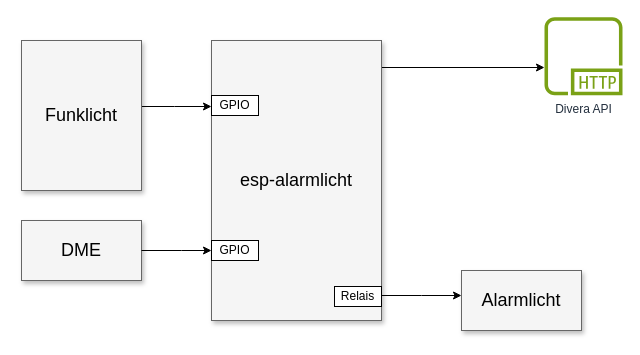
momu/esp32-alarmlicht keeps this draw.io diagram as assets/schema.drawio. Above is the earlier version. Source tidied: cells renumbered, new cells numbered last; positions are measured from the earlier drawing's top-left corner, leaving out a move shared by most shapes. Both pictures are drawn from the tidied source at 100%, with x=0, y=0 at pixel (21, 17).
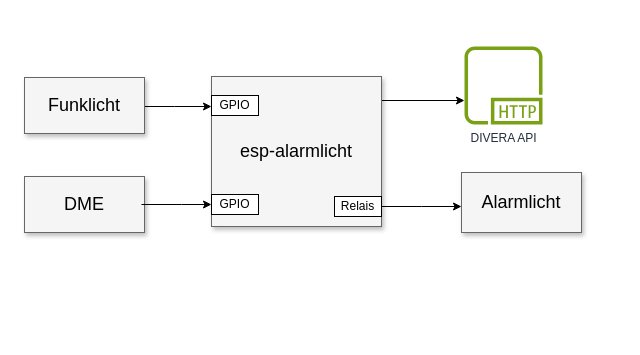
The same diagram, later.

Diff of the diagram source:
```diff
@@
 <mxGraphModel>
   <root>
     <mxCell id="0" />
     <mxCell id="1" parent="0" />
     <mxCell id="2" style="edgeStyle=elbowEdgeStyle;rounded=0;html=1;startArrow=none;startFill=0;jettySize=auto;fontSize=18;elbow=vertical;" parent="1" edge="1" source="4" target="13">
       <mxGeometry relative="1" as="geometry" />
     </mxCell>
-    <mxCell id="3" style="edgeStyle=elbowEdgeStyle;rounded=0;html=1;startArrow=none;startFill=0;jettySize=auto;fontSize=18;elbow=vertical;" parent="1" edge="1" source="4" target="5">
+    <mxCell id="3" style="edgeStyle=elbowEdgeStyle;rounded=0;html=1;startArrow=none;startFill=0;jettySize=auto;fontSize=18;elbow=vertical;exitX=1;exitY=0.5;exitDx=0;exitDy=0;" parent="1" edge="1" source="10" target="5">
       <mxGeometry relative="1" as="geometry" />
     </mxCell>
     <mxCell id="4" value="esp-alarmlicht" style="whiteSpace=wrap;html=1;shadow=1;fontSize=18;fillColor=#f5f5f5;strokeColor=#666666;" parent="1" vertex="1">
-      <mxGeometry x="190" y="23" width="170" height="280" as="geometry" />
+      <mxGeometry x="190" y="59" width="170" height="150" as="geometry" />
     </mxCell>
     <mxCell id="5" value="Alarmlicht" style="whiteSpace=wrap;html=1;shadow=1;fontSize=18;fillColor=#f5f5f5;strokeColor=#666666;" parent="1" vertex="1">
-      <mxGeometry x="440" y="253" width="120" height="60" as="geometry" />
+      <mxGeometry x="440" y="155" width="120" height="60" as="geometry" />
     </mxCell>
     <mxCell id="6" style="edgeStyle=elbowEdgeStyle;rounded=0;html=1;startArrow=none;startFill=0;jettySize=auto;fontSize=18;elbow=vertical;" parent="1" edge="1" source="7" target="4">
       <mxGeometry relative="1" as="geometry">
         <Array as="points">
           <mxPoint x="153" y="89" />
         </Array>
       </mxGeometry>
     </mxCell>
     <mxCell id="7" value="Funklicht" style="whiteSpace=wrap;html=1;shadow=1;fontSize=18;fillColor=#f5f5f5;strokeColor=#666666;" parent="1" vertex="1">
-      <mxGeometry y="23" width="120" height="150" as="geometry" />
+      <mxGeometry x="3" y="60" width="120" height="56" as="geometry" />
     </mxCell>
     <mxCell id="8" value="DME" style="whiteSpace=wrap;html=1;shadow=1;fontSize=18;fillColor=#f5f5f5;strokeColor=#666666;" parent="1" vertex="1">
-      <mxGeometry y="203" width="120" height="60" as="geometry" />
+      <mxGeometry x="3" y="159" width="120" height="56" as="geometry" />
     </mxCell>
     <mxCell id="9" style="edgeStyle=elbowEdgeStyle;rounded=0;html=1;startArrow=none;startFill=0;jettySize=auto;orthogonalLoop=1;fontSize=18;elbow=vertical;" parent="1" edge="1">
       <mxGeometry relative="1" as="geometry">
-        <mxPoint x="120" y="233" as="sourcePoint" />
-        <mxPoint x="190" y="233" as="targetPoint" />
+        <mxPoint x="120" y="187" as="sourcePoint" />
+        <mxPoint x="190" y="187" as="targetPoint" />
         <Array as="points">
-          <mxPoint x="160" y="233" />
+          <mxPoint x="160" y="187" />
         </Array>
       </mxGeometry>
     </mxCell>
     <mxCell id="10" value="Relais" style="rounded=0;whiteSpace=wrap;html=1;" parent="1" vertex="1">
-      <mxGeometry x="313" y="269" width="47" height="20" as="geometry" />
+      <mxGeometry x="313" y="179" width="47" height="20" as="geometry" />
     </mxCell>
     <mxCell id="11" value="GPIO" style="rounded=0;whiteSpace=wrap;html=1;" parent="1" vertex="1">
-      <mxGeometry x="190" y="223" width="47" height="20" as="geometry" />
+      <mxGeometry x="190" y="177" width="47" height="20" as="geometry" />
     </mxCell>
     <mxCell id="12" value="GPIO" style="rounded=0;whiteSpace=wrap;html=1;" parent="1" vertex="1">
       <mxGeometry x="190" y="78" width="47" height="20" as="geometry" />
     </mxCell>
-    <mxCell id="13" value="Divera API" style="sketch=0;outlineConnect=0;fontColor=#232F3E;gradientColor=none;fillColor=#7AA116;strokeColor=none;dashed=0;verticalLabelPosition=bottom;verticalAlign=top;align=center;html=1;fontSize=12;fontStyle=0;shape=mxgraph.aws4.http_protocol;" parent="1" vertex="1">
-      <mxGeometry x="523" y="-0.2" width="78" height="78" as="geometry" />
+    <mxCell id="13" value="DIVERA API" style="sketch=0;outlineConnect=0;fontColor=#232F3E;gradientColor=none;fillColor=#7AA116;strokeColor=none;dashed=0;verticalLabelPosition=bottom;verticalAlign=top;align=center;html=1;fontSize=12;fontStyle=0;shape=mxgraph.aws4.http_protocol;" parent="1" vertex="1">
+      <mxGeometry x="443" y="29" width="78" height="78" as="geometry" />
     </mxCell>
   </root>
 </mxGraphModel>
```
